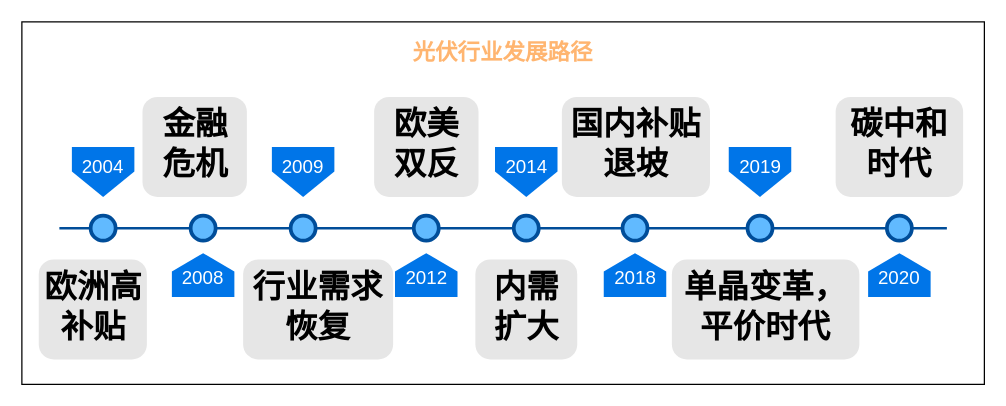
This is 光伏行业发展路径.drawio from kokyjoky/testRealm, a draw.io file, before an edit. Source tidied: cells renumbered, new cells numbered last; positions are measured from the earlier drawing's top-left corner, leaving out a move shared by most shapes. Both pictures are drawn from the tidied source at 125%, with x=0, y=0 at pixel (21, 21).
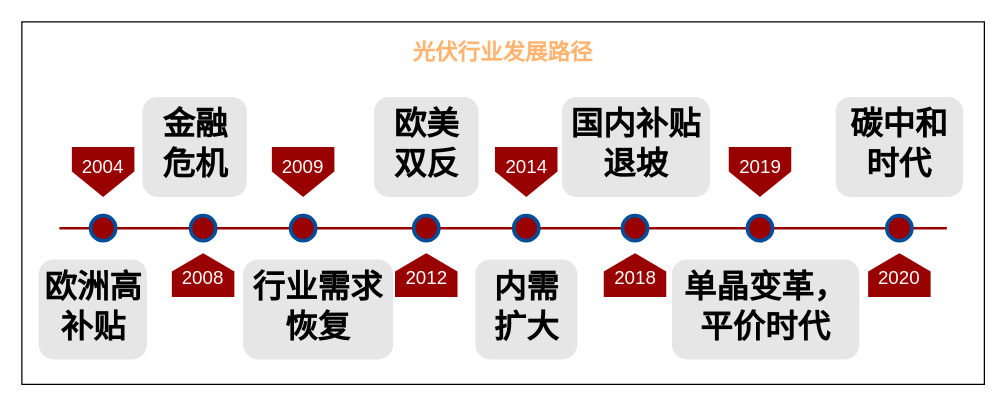
The same page after the edit.

Commit message:
更新光伏行业发展路径.drawio

What changed in the source:
```diff
@@
-    <mxCell id="3" style="line;strokeWidth=2;html=1;fillColor=none;fontSize=28;fontColor=#004D99;strokeColor=#004D99;" parent="1" vertex="1">
+    <mxCell id="3" style="line;strokeWidth=2;html=1;fillColor=#990000;fontSize=28;fontColor=#004D99;strokeColor=#990000;" parent="1" vertex="1">
       <mxGeometry x="30" y="160" width="710" height="10" as="geometry" />
     </mxCell>
-    <mxCell id="4" value="2004" style="shape=offPageConnector;whiteSpace=wrap;html=1;fillColor=#0075E8;fontSize=15;fontColor=#FFFFFF;size=0.5093750000000015;verticalAlign=top;strokeColor=none;" parent="1" vertex="1">
+    <mxCell id="4" value="2004" style="shape=offPageConnector;whiteSpace=wrap;html=1;fillColor=#990000;fontSize=15;fontColor=#FFFFFF;size=0.5093750000000015;verticalAlign=top;strokeColor=none;" parent="1" vertex="1">
       <mxGeometry x="40" y="100" width="50" height="40" as="geometry" />
     </mxCell>
-    <mxCell id="5" value="2009" style="shape=offPageConnector;whiteSpace=wrap;html=1;fillColor=#0075E8;fontSize=15;fontColor=#FFFFFF;size=0.5093750000000015;verticalAlign=top;strokeColor=none;" parent="1" vertex="1">
+    <mxCell id="5" value="2009" style="shape=offPageConnector;whiteSpace=wrap;html=1;fillColor=#990000;fontSize=15;fontColor=#FFFFFF;size=0.5093750000000015;verticalAlign=top;strokeColor=none;" parent="1" vertex="1">
       <mxGeometry x="200" y="100" width="50" height="40" as="geometry" />
     </mxCell>
-    <mxCell id="6" value="2008" style="shape=offPageConnector;whiteSpace=wrap;html=1;fillColor=#0075E8;fontSize=15;fontColor=#FFFFFF;size=0.4178571428571445;flipV=1;verticalAlign=bottom;strokeColor=none;spacingBottom=4;" parent="1" vertex="1">
+    <mxCell id="6" value="2008" style="shape=offPageConnector;whiteSpace=wrap;html=1;fillColor=#990000;fontSize=15;fontColor=#FFFFFF;size=0.4178571428571445;flipV=1;verticalAlign=bottom;strokeColor=none;spacingBottom=4;" parent="1" vertex="1">
       <mxGeometry x="120" y="185" width="50" height="35" as="geometry" />
     </mxCell>
-    <mxCell id="7" value="2020" style="shape=offPageConnector;whiteSpace=wrap;html=1;fillColor=#0075E8;fontSize=15;fontColor=#FFFFFF;size=0.4178571428571445;flipV=1;verticalAlign=bottom;strokeColor=none;spacingBottom=4;" parent="1" vertex="1">
+    <mxCell id="7" value="2020" style="shape=offPageConnector;whiteSpace=wrap;html=1;fillColor=#990000;fontSize=15;fontColor=#FFFFFF;size=0.4178571428571445;flipV=1;verticalAlign=bottom;strokeColor=none;spacingBottom=4;" parent="1" vertex="1">
       <mxGeometry x="677" y="185" width="50" height="35" as="geometry" />
     </mxCell>
-    <mxCell id="8" style="ellipse;whiteSpace=wrap;html=1;fillColor=#61BAFF;fontSize=28;fontColor=#004D99;strokeWidth=3;strokeColor=#004D99;" parent="1" vertex="1">
+    <mxCell id="8" style="ellipse;whiteSpace=wrap;html=1;fillColor=#990000;fontSize=28;fontColor=#004D99;strokeWidth=3;strokeColor=#004D99;" parent="1" vertex="1">
       <mxGeometry x="55" y="155" width="20" height="20" as="geometry" />
     </mxCell>
-    <mxCell id="9" style="ellipse;whiteSpace=wrap;html=1;fillColor=#61BAFF;fontSize=28;fontColor=#004D99;strokeWidth=3;strokeColor=#004D99;" parent="1" vertex="1">
+    <mxCell id="9" style="ellipse;whiteSpace=wrap;html=1;fillColor=#990000;fontSize=28;fontColor=#004D99;strokeWidth=3;strokeColor=#004D99;" parent="1" vertex="1">
       <mxGeometry x="135" y="155" width="20" height="20" as="geometry" />
     </mxCell>
-    <mxCell id="10" style="ellipse;whiteSpace=wrap;html=1;fillColor=#61BAFF;fontSize=28;fontColor=#004D99;strokeWidth=3;strokeColor=#004D99;" parent="1" vertex="1">
+    <mxCell id="10" style="ellipse;whiteSpace=wrap;html=1;fillColor=#990000;fontSize=28;fontColor=#004D99;strokeWidth=3;strokeColor=#004D99;" parent="1" vertex="1">
       <mxGeometry x="215" y="155" width="20" height="20" as="geometry" />
     </mxCell>
-    <mxCell id="11" style="ellipse;whiteSpace=wrap;html=1;fillColor=#61BAFF;fontSize=28;fontColor=#004D99;strokeWidth=3;strokeColor=#004D99;" parent="1" vertex="1">
+    <mxCell id="11" style="ellipse;whiteSpace=wrap;html=1;fillColor=#990000;fontSize=28;fontColor=#004D99;strokeWidth=3;strokeColor=#004D99;" parent="1" vertex="1">
       <mxGeometry x="692" y="155" width="20" height="20" as="geometry" />
     </mxCell>
@@
-    <mxCell id="16" value="2014" style="shape=offPageConnector;whiteSpace=wrap;html=1;fillColor=#0075E8;fontSize=15;fontColor=#FFFFFF;size=0.5093750000000015;verticalAlign=top;strokeColor=none;" parent="1" vertex="1">
+    <mxCell id="16" value="2014" style="shape=offPageConnector;whiteSpace=wrap;html=1;fillColor=#990000;fontSize=15;fontColor=#FFFFFF;size=0.5093750000000015;verticalAlign=top;strokeColor=none;" parent="1" vertex="1">
       <mxGeometry x="378.5" y="100" width="50" height="40" as="geometry" />
     </mxCell>
-    <mxCell id="17" value="2012" style="shape=offPageConnector;whiteSpace=wrap;html=1;fillColor=#0075E8;fontSize=15;fontColor=#FFFFFF;size=0.4178571428571445;flipV=1;verticalAlign=bottom;strokeColor=none;spacingBottom=4;" parent="1" vertex="1">
+    <mxCell id="17" value="2012" style="shape=offPageConnector;whiteSpace=wrap;html=1;fillColor=#990000;fontSize=15;fontColor=#FFFFFF;size=0.4178571428571445;flipV=1;verticalAlign=bottom;strokeColor=none;spacingBottom=4;" parent="1" vertex="1">
       <mxGeometry x="298.5" y="185" width="50" height="35" as="geometry" />
     </mxCell>
-    <mxCell id="18" style="ellipse;whiteSpace=wrap;html=1;fillColor=#61BAFF;fontSize=28;fontColor=#004D99;strokeWidth=3;strokeColor=#004D99;" parent="1" vertex="1">
+    <mxCell id="18" style="ellipse;whiteSpace=wrap;html=1;fillColor=#990000;fontSize=28;fontColor=#004D99;strokeWidth=3;strokeColor=#004D99;" parent="1" vertex="1">
       <mxGeometry x="313.5" y="155" width="20" height="20" as="geometry" />
     </mxCell>
-    <mxCell id="19" style="ellipse;whiteSpace=wrap;html=1;fillColor=#61BAFF;fontSize=28;fontColor=#004D99;strokeWidth=3;strokeColor=#004D99;" parent="1" vertex="1">
+    <mxCell id="19" style="ellipse;whiteSpace=wrap;html=1;fillColor=#990000;fontSize=28;fontColor=#004D99;strokeWidth=3;strokeColor=#004D99;" parent="1" vertex="1">
       <mxGeometry x="393.5" y="155" width="20" height="20" as="geometry" />
     </mxCell>
@@
-    <mxCell id="22" value="2019" style="shape=offPageConnector;whiteSpace=wrap;html=1;fillColor=#0075E8;fontSize=15;fontColor=#FFFFFF;size=0.5093750000000015;verticalAlign=top;strokeColor=none;" parent="1" vertex="1">
+    <mxCell id="22" value="2019" style="shape=offPageConnector;whiteSpace=wrap;html=1;fillColor=#990000;fontSize=15;fontColor=#FFFFFF;size=0.5093750000000015;verticalAlign=top;strokeColor=none;" parent="1" vertex="1">
       <mxGeometry x="565.5" y="100" width="50" height="40" as="geometry" />
     </mxCell>
-    <mxCell id="23" value="2018" style="shape=offPageConnector;whiteSpace=wrap;html=1;fillColor=#0075E8;fontSize=15;fontColor=#FFFFFF;size=0.4178571428571445;flipV=1;verticalAlign=bottom;strokeColor=none;spacingBottom=4;" parent="1" vertex="1">
+    <mxCell id="23" value="2018" style="shape=offPageConnector;whiteSpace=wrap;html=1;fillColor=#990000;fontSize=15;fontColor=#FFFFFF;size=0.4178571428571445;flipV=1;verticalAlign=bottom;strokeColor=none;spacingBottom=4;" parent="1" vertex="1">
       <mxGeometry x="465.5" y="185" width="50" height="35" as="geometry" />
     </mxCell>
-    <mxCell id="24" style="ellipse;whiteSpace=wrap;html=1;fillColor=#61BAFF;fontSize=28;fontColor=#004D99;strokeWidth=3;strokeColor=#004D99;" parent="1" vertex="1">
+    <mxCell id="24" style="ellipse;whiteSpace=wrap;html=1;fillColor=#990000;fontSize=28;fontColor=#004D99;strokeWidth=3;strokeColor=#004D99;" parent="1" vertex="1">
       <mxGeometry x="480.5" y="155" width="20" height="20" as="geometry" />
     </mxCell>
-    <mxCell id="25" style="ellipse;whiteSpace=wrap;html=1;fillColor=#61BAFF;fontSize=28;fontColor=#004D99;strokeWidth=3;strokeColor=#004D99;" parent="1" vertex="1">
+    <mxCell id="25" style="ellipse;whiteSpace=wrap;html=1;fillColor=#990000;fontSize=28;fontColor=#004D99;strokeWidth=3;strokeColor=#004D99;" parent="1" vertex="1">
       <mxGeometry x="580.5" y="155" width="20" height="20" as="geometry" />
     </mxCell>
```
